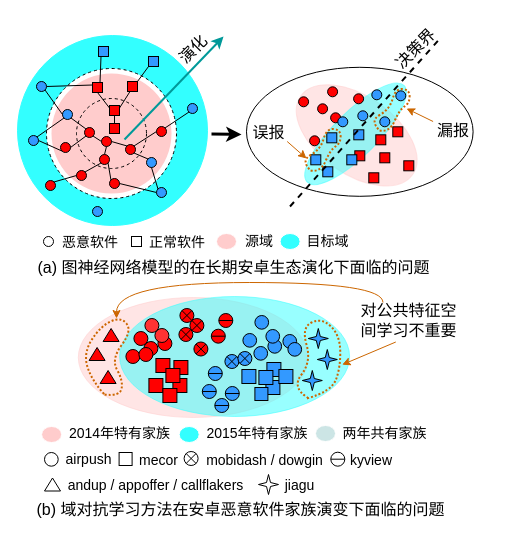
Above: importance_weight_schema.drawio in sunray42/diagrams (draw.io), before the change. Source tidied: cells renumbered, new cells numbered last; positions are measured from the earlier drawing's top-left corner, leaving out a move shared by most shapes. Both pictures are drawn from the tidied source at 100%, with x=0, y=0 at pixel (17, 33).
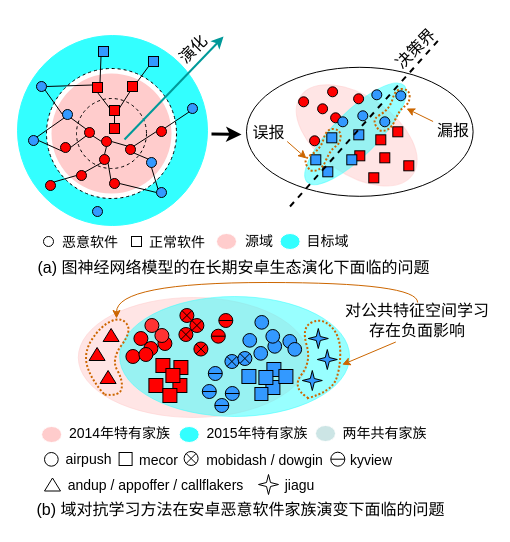
Above is the later version.

What changed in the source:
```diff
@@
-    <mxCell id="164" style="edgeStyle=orthogonalEdgeStyle;rounded=0;jettySize=auto;html=1;exitX=0.25;exitY=0;exitDx=0;exitDy=0;curved=1;strokeColor=#cc6600;" parent="1" edge="1" source="165">
-      <mxGeometry relative="1" as="geometry">
-        <mxPoint x="99" y="285" as="targetPoint" />
-        <Array as="points">
-          <mxPoint x="366" y="249" />
-          <mxPoint x="99" y="249" />
-        </Array>
-      </mxGeometry>
-    </mxCell>
+    <mxCell id="166" style="edgeStyle=orthogonalEdgeStyle;rounded=0;jettySize=auto;html=1;exitX=0.5;exitY=0;exitDx=0;exitDy=0;curved=1;strokeColor=#cc6600;" parent="1" edge="1" source="165">
+      <mxGeometry relative="1" as="geometry">
+        <mxPoint x="99" y="285" as="targetPoint" />
+        <Array as="points">
+          <mxPoint x="400" y="249" />
+          <mxPoint x="99" y="249" />
+        </Array>
+      </mxGeometry>
+    </mxCell>
-    <mxCell id="165" value="对公共特征空间学习不重要" style="text;html=1;strokeColor=none;fillColor=none;align=center;verticalAlign=middle;whiteSpace=wrap;rounded=0;fontSize=16;rotation=0;" parent="1" vertex="1">
-      <mxGeometry x="339.3" y="269" width="104.7" height="35" as="geometry" />
+    <mxCell id="165" value="对公共特征空间学习存在负面影响" style="text;html=1;strokeColor=none;fillColor=none;align=center;verticalAlign=middle;whiteSpace=wrap;rounded=0;fontSize=16;rotation=0;" parent="1" vertex="1">
+      <mxGeometry x="325.3" y="269" width="149.7" height="35" as="geometry" />
     </mxCell>
```
